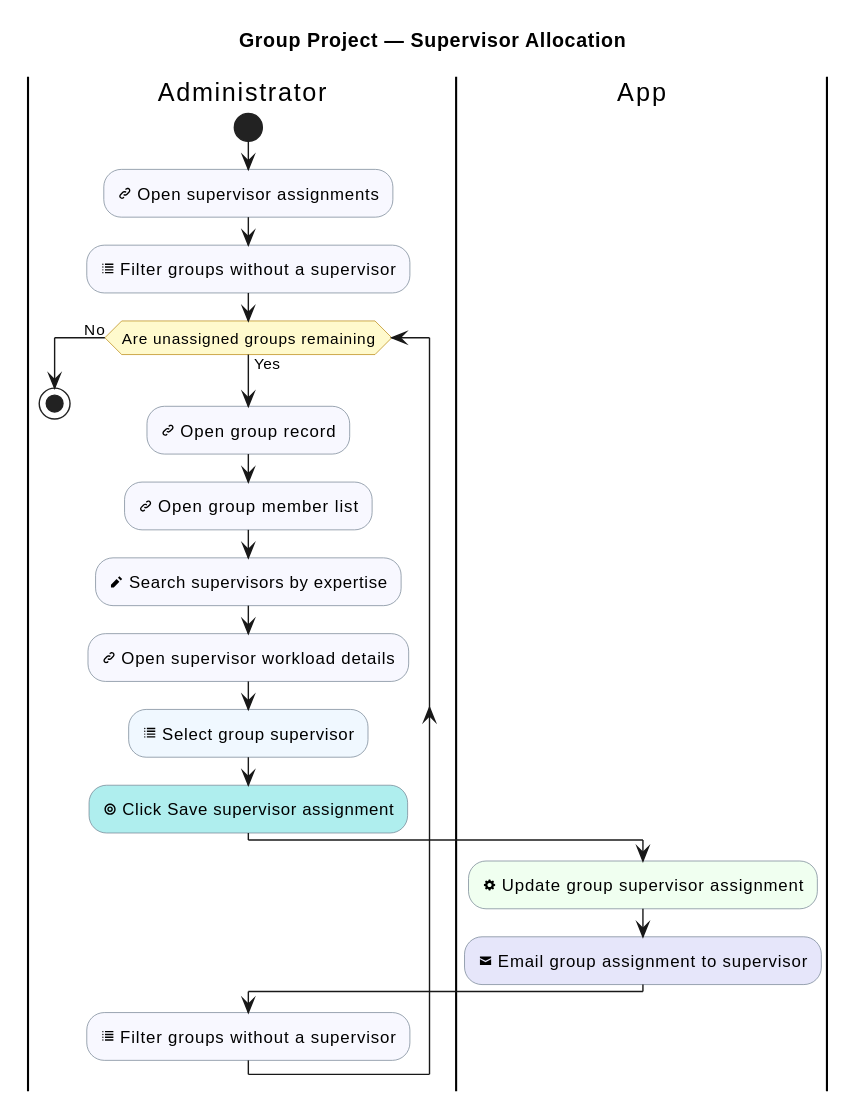
The PlantUML diagram industrial-placement-group-project/diagrams/group-project/supervisor-allocation.svg in sdflkjssl/sdflkjssl.github.io, before a commit. Source of this version:
```plantuml
@startuml
!pragma layout smetana
title Group Project — Supervisor Allocation
skinparam shadowing false
skinparam activityBackgroundColor GhostWhite
skinparam activityBorderColor SlateGray
skinparam activityDiamondBackgroundColor LemonChiffon
skinparam activityDiamondBorderColor DarkGoldenRod

|Administrator|
|App|

|Administrator|
start
:<&link-intact> Open supervisor assignments; <<#GhostWhite>>
:<&list> Filter groups without a supervisor; <<#GhostWhite>>
while (Are unassigned groups remaining) is (Yes)
  :<&link-intact> Open group record; <<#GhostWhite>>
  :<&link-intact> Open group member list; <<#GhostWhite>>
  :<&pencil> Search supervisors by expertise; <<#GhostWhite>>
  :<&link-intact> Open supervisor workload details; <<#GhostWhite>>
  :<&list> Select group supervisor; <<#AliceBlue>>
  :<&target> Click Save supervisor assignment; <<#PaleTurquoise>>
  |App|
  :<&cog> Update group supervisor assignment; <<#HoneyDew>>
  :<&envelope-closed> Email group assignment to supervisor; <<#Lavender>>
  |Administrator|
  :<&list> Filter groups without a supervisor; <<#GhostWhite>>
endwhile (No)
stop
@enduml
```
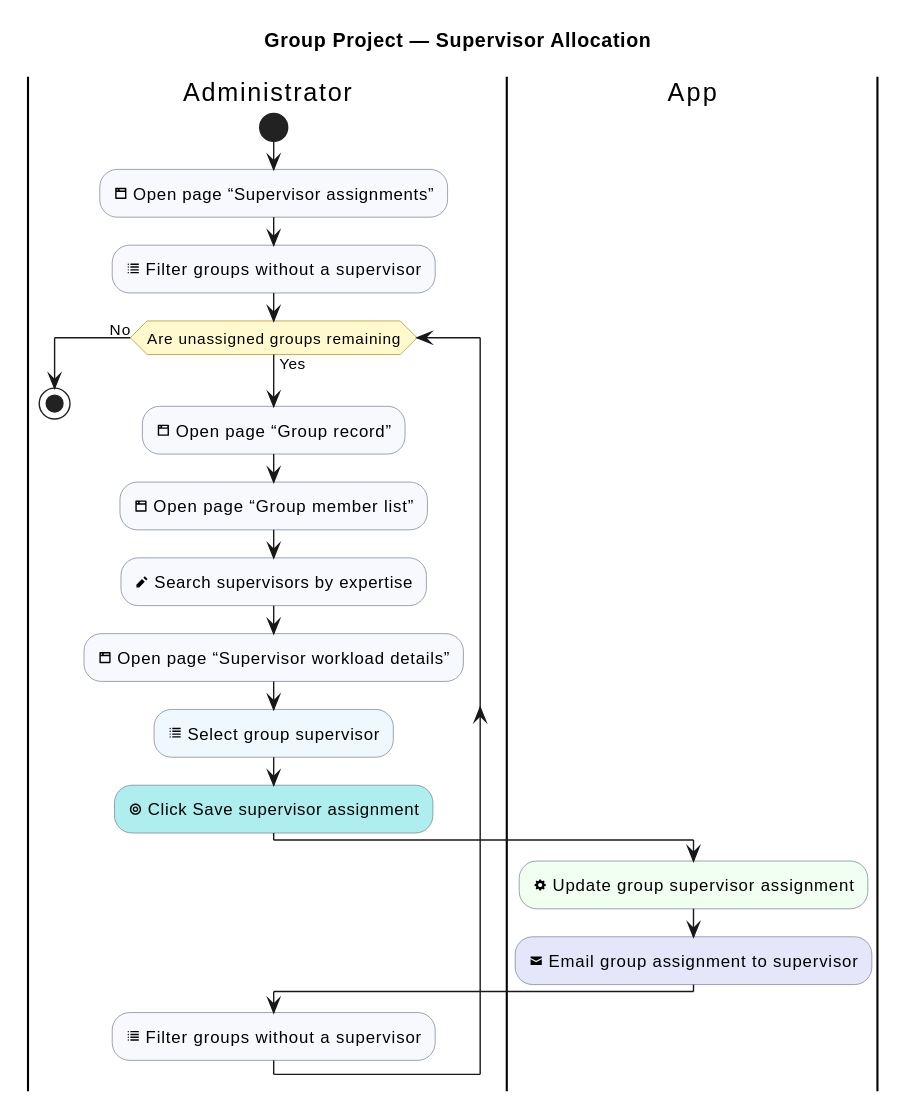
Later version of the same file.

The edit, as a diff of the source:
```diff
@@ -12,13 +12,13 @@
 
 |Administrator|
 start
-:<&link-intact> Open supervisor assignments; <<#GhostWhite>>
+:<&browser> Open page “Supervisor assignments”; <<#GhostWhite>>
 :<&list> Filter groups without a supervisor; <<#GhostWhite>>
 while (Are unassigned groups remaining) is (Yes)
-  :<&link-intact> Open group record; <<#GhostWhite>>
-  :<&link-intact> Open group member list; <<#GhostWhite>>
+  :<&browser> Open page “Group record”; <<#GhostWhite>>
+  :<&browser> Open page “Group member list”; <<#GhostWhite>>
   :<&pencil> Search supervisors by expertise; <<#GhostWhite>>
-  :<&link-intact> Open supervisor workload details; <<#GhostWhite>>
+  :<&browser> Open page “Supervisor workload details”; <<#GhostWhite>>
   :<&list> Select group supervisor; <<#AliceBlue>>
   :<&target> Click Save supervisor assignment; <<#PaleTurquoise>>
   |App|
```
